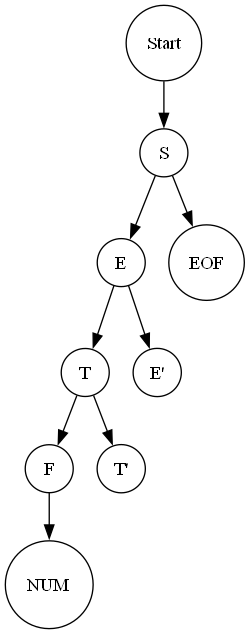
Above: ast.png in GH120/JS-Compiler (Graphviz), before the change. Its source is kept beside it as ast.dot.
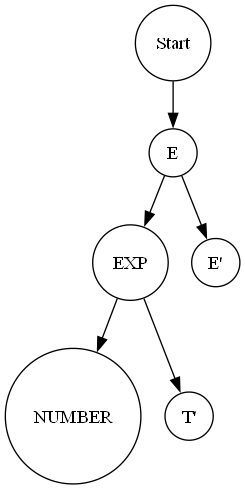
Above is the later version.

What changed in the source:
```diff
@@ -2,20 +2,14 @@
             rankdir=TB; // Tree-like top-bottom orientation
             node [shape=circle];
               node0 [label="Start"];
-  node0_0 [label="S"];
+  node0_0 [label="E"];
   node0 -> node0_0;
-  node0_0_0 [label="E"];
+  node0_0_0 [label="EXP"];
   node0_0 -> node0_0_0;
-  node0_0_0_0 [label="T"];
+  node0_0_0_0 [label="NUMBER"];
   node0_0_0 -> node0_0_0_0;
-  node0_0_0_0_0 [label="F"];
-  node0_0_0_0 -> node0_0_0_0_0;
-  node0_0_0_0_0_0 [label="NUM"];
-  node0_0_0_0_0 -> node0_0_0_0_0_0;
-  node0_0_0_0_1 [label="T'"];
-  node0_0_0_0 -> node0_0_0_0_1;
-  node0_0_0_1 [label="E'"];
+  node0_0_0_1 [label="T'"];
   node0_0_0 -> node0_0_0_1;
-  node0_0_1 [label="EOF"];
+  node0_0_1 [label="E'"];
   node0_0 -> node0_0_1;
         }
```
